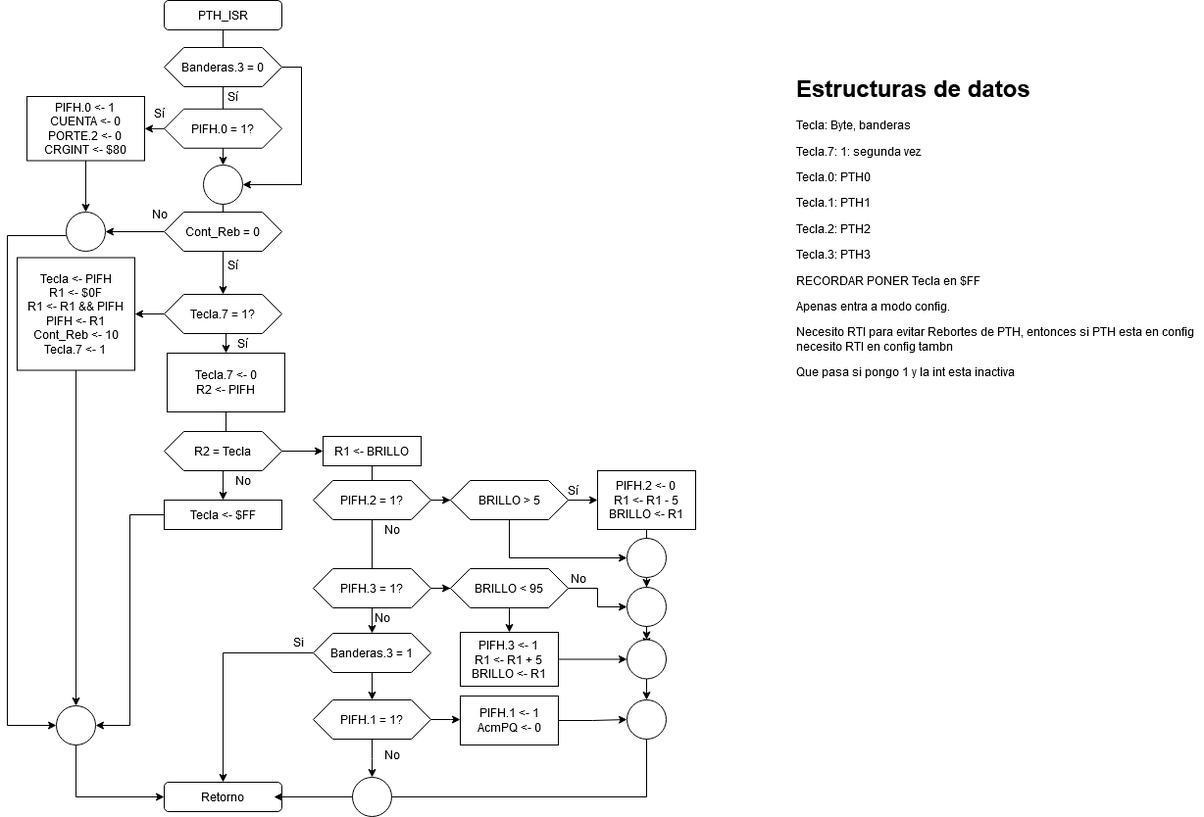
Above: Tarea 5/PTH_ISR.png in robz25/Microprocesadores (draw.io), before the change. Source tidied: cells renumbered, new cells last; positions are measured from the earlier drawing's top-left corner, leaving out a move shared by most shapes.
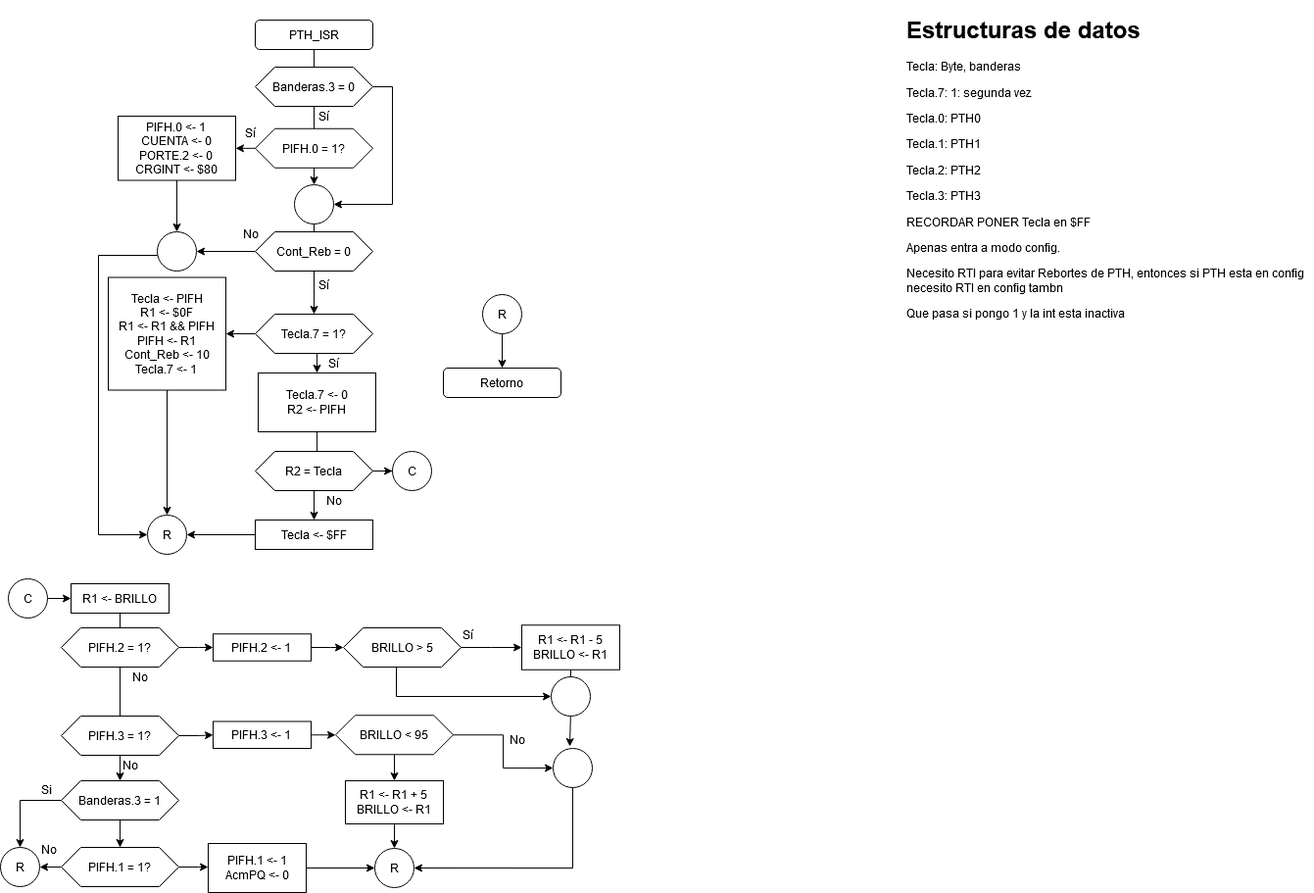
Above is the later version.

What changed in the source:
```diff
@@ -10,23 +10,23 @@
     </mxCell>
     <mxCell id="4" style="edgeStyle=orthogonalEdgeStyle;rounded=0;jettySize=auto;html=1;" parent="1" edge="1" source="6">
       <mxGeometry relative="1" as="geometry">
-        <mxPoint x="462" y="734.1" as="targetPoint" />
+        <mxPoint x="112" y="864.1" as="targetPoint" />
       </mxGeometry>
     </mxCell>
-    <mxCell id="5" style="edgeStyle=orthogonalEdgeStyle;rounded=0;jettySize=auto;html=1;" parent="1" edge="1" source="6" target="69">
-      <mxGeometry relative="1" as="geometry" />
-    </mxCell>
+    <mxCell id="78" style="edgeStyle=orthogonalEdgeStyle;rounded=0;jettySize=auto;html=1;" parent="1" edge="1" source="6" target="87">
+      <mxGeometry relative="1" as="geometry" />
+    </mxCell>
     <mxCell id="6" value="PIFH.1 = 1?" style="shape=hexagon;perimeter=hexagonPerimeter2;whiteSpace=wrap;html=1;fixedSize=1;" parent="1" vertex="1">
-      <mxGeometry x="312" y="714" width="120" height="40" as="geometry" />
+      <mxGeometry x="-38" y="844" width="120" height="40" as="geometry" />
     </mxCell>
     <mxCell id="7" style="edgeStyle=orthogonalEdgeStyle;rounded=0;jettySize=auto;html=1;" parent="1" edge="1" source="48" target="36">
       <mxGeometry relative="1" as="geometry" />
     </mxCell>
-    <mxCell id="8" style="edgeStyle=orthogonalEdgeStyle;rounded=0;jettySize=auto;html=1;" parent="1" edge="1" source="9" target="57">
+    <mxCell id="8" style="edgeStyle=orthogonalEdgeStyle;rounded=0;jettySize=auto;html=1;" parent="1" edge="1" source="83" target="57">
       <mxGeometry relative="1" as="geometry" />
     </mxCell>
     <mxCell id="9" value="PIFH.3 = 1?" style="shape=hexagon;perimeter=hexagonPerimeter2;whiteSpace=wrap;html=1;fixedSize=1;" parent="1" vertex="1">
-      <mxGeometry x="312" y="580" width="120" height="40" as="geometry" />
+      <mxGeometry x="-38" y="710" width="120" height="40" as="geometry" />
     </mxCell>
     <mxCell id="10" style="edgeStyle=orthogonalEdgeStyle;rounded=0;jettySize=auto;html=1;" parent="1" edge="1" source="11" target="71">
       <mxGeometry relative="1" as="geometry" />
@@ -35,7 +35,7 @@
       <mxGeometry x="160" y="216" width="120" height="40" as="geometry" />
     </mxCell>
     <mxCell id="12" value="Retorno" style="rounded=1;whiteSpace=wrap;html=1;" parent="1" vertex="1">
-      <mxGeometry x="160" y="798" width="120" height="30" as="geometry" />
+      <mxGeometry x="352" y="355" width="120" height="30" as="geometry" />
     </mxCell>
     <mxCell id="13" value="No" style="text;html=1;align=center;verticalAlign=middle;" parent="1" vertex="1">
       <mxGeometry x="140" y="208" width="30" height="20" as="geometry" />
@@ -43,11 +43,8 @@
     <mxCell id="14" value="Sí" style="text;html=1;align=center;verticalAlign=middle;" parent="1" vertex="1">
       <mxGeometry x="215" y="260" width="30" height="20" as="geometry" />
     </mxCell>
-    <mxCell id="15" style="edgeStyle=orthogonalEdgeStyle;rounded=0;jettySize=auto;html=1;" parent="1" edge="1" source="33" target="43">
-      <mxGeometry relative="1" as="geometry" />
-    </mxCell>
     <mxCell id="16" value="&lt;h1&gt;Estructuras de datos&lt;br&gt;&lt;/h1&gt;&lt;p&gt;Tecla: Byte, banderas&lt;/p&gt;&lt;p&gt;Tecla.7: 1: segunda vez&lt;/p&gt;&lt;p&gt;Tecla.0: PTH0&lt;/p&gt;&lt;p&gt;Tecla.1: PTH1&lt;/p&gt;&lt;p&gt;Tecla.2: PTH2&lt;/p&gt;&lt;p&gt;Tecla.3: PTH3&lt;/p&gt;&lt;p&gt;RECORDAR PONER Tecla en $FF&lt;/p&gt;&lt;p&gt;Apenas entra a modo config.&lt;/p&gt;&lt;p&gt;Necesito RTI para evitar Rebortes de PTH, entonces si PTH esta en config necesito RTI en config tambn&lt;br&gt;&lt;/p&gt;&lt;p&gt;Que pasa si pongo 1 y la int esta inactiva&lt;br&gt;&lt;/p&gt;" style="text;html=1;strokeColor=none;fillColor=none;spacing=5;spacingTop=-20;whiteSpace=wrap;overflow=hidden;rounded=0;" parent="1" vertex="1">
-      <mxGeometry x="800" y="70" width="420" height="325" as="geometry" />
+      <mxGeometry x="820" y="-10" width="420" height="325" as="geometry" />
     </mxCell>
     <mxCell id="17" style="edgeStyle=orthogonalEdgeStyle;rounded=0;jettySize=auto;html=1;" parent="1" edge="1" source="19" target="22">
       <mxGeometry relative="1" as="geometry" />
@@ -67,21 +64,14 @@
     <mxCell id="22" value="&lt;div&gt;Tecla &amp;lt;- PIFH&lt;/div&gt;&lt;div&gt;R1 &amp;lt;- $0F&lt;/div&gt;&lt;div&gt;R1 &amp;lt;- R1 &amp;amp;&amp;amp; PIFH&lt;/div&gt;&lt;div&gt;PIFH &amp;lt;- R1&lt;br&gt;&lt;/div&gt;&lt;div&gt;Cont_Reb &amp;lt;- 10&lt;/div&gt;&lt;div&gt;Tecla.7 &amp;lt;- 1&lt;br&gt;&lt;/div&gt;" style="rounded=0;whiteSpace=wrap;html=1;" parent="1" vertex="1">
       <mxGeometry x="10" y="262.5" width="120" height="115" as="geometry" />
     </mxCell>
-    <mxCell id="23" style="edgeStyle=orthogonalEdgeStyle;rounded=0;jettySize=auto;html=1;entryX=0;entryY=0.5;entryDx=0;entryDy=0;" parent="1" edge="1" source="24" target="12">
-      <mxGeometry relative="1" as="geometry">
-        <Array as="points">
-          <mxPoint x="70" y="813" />
-        </Array>
-      </mxGeometry>
-    </mxCell>
-    <mxCell id="24" style="ellipse;whiteSpace=wrap;html=1;" parent="1" vertex="1">
-      <mxGeometry x="50" y="720" width="40" height="40" as="geometry" />
+    <mxCell id="24" value="R" style="ellipse;whiteSpace=wrap;html=1;" parent="1" vertex="1">
+      <mxGeometry x="50" y="505" width="40" height="40" as="geometry" />
     </mxCell>
     <mxCell id="25" style="edgeStyle=orthogonalEdgeStyle;rounded=0;jettySize=auto;html=1;entryX=0;entryY=0.5;entryDx=0;entryDy=0;" parent="1" edge="1" source="71" target="24">
       <mxGeometry relative="1" as="geometry">
         <Array as="points">
           <mxPoint y="240" />
-          <mxPoint y="740" />
+          <mxPoint y="525" />
         </Array>
       </mxGeometry>
     </mxCell>
@@ -106,60 +96,38 @@
     <mxCell id="32" value="No" style="text;html=1;align=center;verticalAlign=middle;points=[];" parent="1" vertex="1">
       <mxGeometry x="225" y="480" width="30" height="20" as="geometry" />
     </mxCell>
+    <mxCell id="79" style="edgeStyle=orthogonalEdgeStyle;rounded=0;jettySize=auto;html=1;" parent="1" edge="1" source="33" target="61">
+      <mxGeometry relative="1" as="geometry" />
+    </mxCell>
     <mxCell id="33" value="&lt;div&gt;PIFH.1 &amp;lt;- 1&lt;/div&gt;&lt;div&gt;AcmPQ &amp;lt;- 0&lt;/div&gt;" style="rounded=0;whiteSpace=wrap;html=1;gradientColor=#ffffff;" parent="1" vertex="1">
-      <mxGeometry x="462" y="710" width="100" height="50" as="geometry" />
+      <mxGeometry x="112" y="840" width="100" height="50" as="geometry" />
     </mxCell>
-    <mxCell id="34" style="edgeStyle=orthogonalEdgeStyle;rounded=0;jettySize=auto;html=1;" parent="1" edge="1" source="36" target="12">
-      <mxGeometry relative="1" as="geometry" />
-    </mxCell>
     <mxCell id="35" style="edgeStyle=orthogonalEdgeStyle;rounded=0;jettySize=auto;html=1;" parent="1" edge="1" source="36" target="6">
       <mxGeometry relative="1" as="geometry" />
     </mxCell>
     <mxCell id="36" value="Banderas.3 = 1" style="shape=hexagon;perimeter=hexagonPerimeter2;whiteSpace=wrap;html=1;fixedSize=1;" parent="1" vertex="1">
-      <mxGeometry x="312" y="646" width="120" height="40" as="geometry" />
+      <mxGeometry x="-38" y="776" width="120" height="40" as="geometry" />
     </mxCell>
-    <mxCell id="37" style="edgeStyle=orthogonalEdgeStyle;rounded=0;jettySize=auto;html=1;" parent="1" edge="1" source="62" target="61">
-      <mxGeometry relative="1" as="geometry" />
-    </mxCell>
     <mxCell id="38" value="No" style="text;html=1;align=center;verticalAlign=middle;points=[];" parent="1" vertex="1">
-      <mxGeometry x="377" y="530" width="30" height="20" as="geometry" />
+      <mxGeometry x="27" y="660" width="30" height="20" as="geometry" />
     </mxCell>
     <mxCell id="39" value="No" style="text;html=1;align=center;verticalAlign=middle;" parent="1" vertex="1">
-      <mxGeometry x="367" y="620" width="30" height="20" as="geometry" />
+      <mxGeometry x="17" y="750" width="30" height="20" as="geometry" />
     </mxCell>
     <mxCell id="40" value="Si" style="text;html=1;align=center;verticalAlign=middle;" parent="1" vertex="1">
-      <mxGeometry x="282" y="645" width="30" height="20" as="geometry" />
+      <mxGeometry x="-68" y="775" width="30" height="20" as="geometry" />
     </mxCell>
     <mxCell id="41" value="No" style="text;html=1;align=center;verticalAlign=middle;" parent="1" vertex="1">
-      <mxGeometry x="377" y="760" width="30" height="20" as="geometry" />
+      <mxGeometry x="-66" y="836.5" width="30" height="20" as="geometry" />
     </mxCell>
-    <mxCell id="42" style="edgeStyle=orthogonalEdgeStyle;rounded=0;jettySize=auto;html=1;entryX=1;entryY=0.5;entryDx=0;entryDy=0;" parent="1" edge="1" source="43">
-      <mxGeometry relative="1" as="geometry">
-        <mxPoint x="272" y="813" as="targetPoint" />
-        <Array as="points">
-          <mxPoint x="652" y="813" />
-        </Array>
-      </mxGeometry>
-    </mxCell>
-    <mxCell id="43" style="ellipse;whiteSpace=wrap;html=1;" parent="1" vertex="1">
-      <mxGeometry x="632" y="714" width="40" height="40" as="geometry" />
-    </mxCell>
     <mxCell id="44" style="edgeStyle=orthogonalEdgeStyle;rounded=0;jettySize=auto;html=1;" parent="1" edge="1" source="45" target="38">
       <mxGeometry relative="1" as="geometry" />
     </mxCell>
-    <mxCell id="45" value="R1 &amp;lt;- BRILLO" style="rounded=0;whiteSpace=wrap;html=1;gradientColor=#ffffff;" parent="1" vertex="1">
-      <mxGeometry x="322" y="445" width="100" height="30" as="geometry" />
-    </mxCell>
-    <mxCell id="46" style="edgeStyle=orthogonalEdgeStyle;rounded=0;jettySize=auto;html=1;" parent="1" edge="1" target="45">
-      <mxGeometry relative="1" as="geometry">
-        <mxPoint x="280" y="460" as="sourcePoint" />
-      </mxGeometry>
-    </mxCell>
-    <mxCell id="47" style="edgeStyle=orthogonalEdgeStyle;rounded=0;jettySize=auto;html=1;" parent="1" edge="1" source="48" target="51">
+    <mxCell id="47" style="edgeStyle=orthogonalEdgeStyle;rounded=0;jettySize=auto;html=1;" parent="1" edge="1" source="81" target="51">
       <mxGeometry relative="1" as="geometry" />
     </mxCell>
     <mxCell id="48" value="PIFH.2 = 1?" style="shape=hexagon;perimeter=hexagonPerimeter2;whiteSpace=wrap;html=1;fixedSize=1;" parent="1" vertex="1">
-      <mxGeometry x="312" y="490" width="120" height="40" as="geometry" />
+      <mxGeometry x="-38" y="620" width="120" height="40" as="geometry" />
     </mxCell>
     <mxCell id="49" style="edgeStyle=orthogonalEdgeStyle;rounded=0;jettySize=auto;html=1;" parent="1" edge="1" source="51" target="54">
       <mxGeometry relative="1" as="geometry" />
@@ -167,24 +135,18 @@
     <mxCell id="50" style="edgeStyle=orthogonalEdgeStyle;rounded=0;jettySize=auto;html=1;entryX=0;entryY=0.5;entryDx=0;entryDy=0;" parent="1" edge="1" source="51" target="62">
       <mxGeometry relative="1" as="geometry">
         <Array as="points">
-          <mxPoint x="512" y="569" />
+          <mxPoint x="304" y="690" />
         </Array>
       </mxGeometry>
     </mxCell>
     <mxCell id="51" value="BRILLO &amp;gt; 5" style="shape=hexagon;perimeter=hexagonPerimeter2;whiteSpace=wrap;html=1;fixedSize=1;" parent="1" vertex="1">
-      <mxGeometry x="452" y="490" width="120" height="40" as="geometry" />
+      <mxGeometry x="250" y="620" width="120" height="40" as="geometry" />
     </mxCell>
-    <mxCell id="52" style="edgeStyle=orthogonalEdgeStyle;rounded=0;orthogonalLoop=1;jettySize=auto;html=1;" parent="1" edge="1">
-      <mxGeometry relative="1" as="geometry">
-        <mxPoint x="652" y="544" as="sourcePoint" />
-        <mxPoint x="652" y="659" as="targetPoint" />
-      </mxGeometry>
-    </mxCell>
-    <mxCell id="53" style="edgeStyle=orthogonalEdgeStyle;rounded=0;jettySize=auto;html=1;" parent="1" edge="1" source="54" target="63">
+    <mxCell id="53" style="edgeStyle=orthogonalEdgeStyle;rounded=0;jettySize=auto;html=1;entryX=0.425;entryY=-0.05;entryDx=0;entryDy=0;entryPerimeter=0;" parent="1" edge="1" source="54" target="63">
       <mxGeometry relative="1" as="geometry" />
     </mxCell>
-    <mxCell id="54" value="&lt;div&gt;PIFH.2 &amp;lt;- 0&lt;br&gt;&lt;/div&gt;&lt;div&gt;R1 &amp;lt;- R1 - 5&lt;/div&gt;&lt;div&gt;BRILLO &amp;lt;- R1&lt;br&gt;&lt;/div&gt;" style="rounded=0;whiteSpace=wrap;html=1;gradientColor=#ffffff;" parent="1" vertex="1">
-      <mxGeometry x="602" y="480" width="100" height="60" as="geometry" />
+    <mxCell id="54" value="&lt;div&gt;R1 &amp;lt;- R1 - 5&lt;/div&gt;&lt;div&gt;BRILLO &amp;lt;- R1&lt;br&gt;&lt;/div&gt;" style="rounded=0;whiteSpace=wrap;html=1;gradientColor=#ffffff;" parent="1" vertex="1">
+      <mxGeometry x="432" y="617.2" width="100" height="45.5" as="geometry" />
     </mxCell>
     <mxCell id="55" style="edgeStyle=orthogonalEdgeStyle;rounded=0;jettySize=auto;html=1;" parent="1" edge="1" source="57" target="59">
       <mxGeometry relative="1" as="geometry" />
@@ -193,31 +155,32 @@
       <mxGeometry relative="1" as="geometry" />
     </mxCell>
     <mxCell id="57" value="BRILLO &amp;lt; 95" style="shape=hexagon;perimeter=hexagonPerimeter2;whiteSpace=wrap;html=1;fixedSize=1;" parent="1" vertex="1">
-      <mxGeometry x="452" y="580" width="120" height="40" as="geometry" />
+      <mxGeometry x="242" y="709.2" width="120" height="40" as="geometry" />
     </mxCell>
     <mxCell id="58" style="edgeStyle=orthogonalEdgeStyle;rounded=0;jettySize=auto;html=1;" parent="1" edge="1" source="59" target="61">
       <mxGeometry relative="1" as="geometry" />
     </mxCell>
-    <mxCell id="59" value="&lt;div&gt;PIFH.3 &amp;lt;- 1&lt;br&gt;&lt;/div&gt;&lt;div&gt;R1 &amp;lt;- R1 + 5&lt;/div&gt;&lt;div&gt;BRILLO &amp;lt;- R1&lt;br&gt;&lt;/div&gt;" style="rounded=0;whiteSpace=wrap;html=1;gradientColor=#ffffff;" parent="1" vertex="1">
-      <mxGeometry x="462" y="645" width="100" height="55" as="geometry" />
+    <mxCell id="59" value="&lt;div&gt;R1 &amp;lt;- R1 + 5&lt;/div&gt;&lt;div&gt;BRILLO &amp;lt;- R1&lt;br&gt;&lt;/div&gt;" style="rounded=0;whiteSpace=wrap;html=1;gradientColor=#ffffff;" parent="1" vertex="1">
+      <mxGeometry x="252" y="776" width="100" height="44" as="geometry" />
     </mxCell>
-    <mxCell id="60" style="edgeStyle=orthogonalEdgeStyle;rounded=0;jettySize=auto;html=1;" parent="1" edge="1" source="61" target="43">
-      <mxGeometry relative="1" as="geometry" />
-    </mxCell>
-    <mxCell id="61" style="ellipse;whiteSpace=wrap;html=1;" parent="1" vertex="1">
-      <mxGeometry x="632" y="652.5" width="40" height="40" as="geometry" />
+    <mxCell id="61" value="R" style="ellipse;whiteSpace=wrap;html=1;" parent="1" vertex="1">
+      <mxGeometry x="282" y="845" width="40" height="40" as="geometry" />
     </mxCell>
-    <mxCell id="62" style="ellipse;whiteSpace=wrap;html=1;" parent="1" vertex="1">
-      <mxGeometry x="632" y="549" width="40" height="40" as="geometry" />
-    </mxCell>
+    <mxCell id="80" style="edgeStyle=orthogonalEdgeStyle;rounded=0;jettySize=auto;html=1;entryX=1;entryY=0.5;entryDx=0;entryDy=0;" parent="1" edge="1" source="63" target="61">
+      <mxGeometry relative="1" as="geometry">
+        <Array as="points">
+          <mxPoint x="484" y="865" />
+        </Array>
+      </mxGeometry>
+    </mxCell>
     <mxCell id="63" style="ellipse;whiteSpace=wrap;html=1;" parent="1" vertex="1">
-      <mxGeometry x="632" y="599" width="40" height="40" as="geometry" />
+      <mxGeometry x="464" y="743" width="40" height="40" as="geometry" />
     </mxCell>
     <mxCell id="64" value="No" style="text;html=1;align=center;verticalAlign=middle;" parent="1" vertex="1">
-      <mxGeometry x="567" y="580" width="30" height="20" as="geometry" />
+      <mxGeometry x="412" y="724" width="30" height="20" as="geometry" />
     </mxCell>
     <mxCell id="65" value="Sí" style="text;html=1;align=center;verticalAlign=middle;" parent="1" vertex="1">
-      <mxGeometry x="562" y="490" width="30" height="20" as="geometry" />
+      <mxGeometry x="362" y="617.2" width="30" height="20" as="geometry" />
     </mxCell>
     <mxCell id="66" style="edgeStyle=orthogonalEdgeStyle;rounded=0;jettySize=auto;html=1;" parent="1" edge="1" source="77" target="68">
       <mxGeometry relative="1" as="geometry" />
@@ -228,9 +191,6 @@
     <mxCell id="68" value="&lt;div&gt;PIFH.0 &amp;lt;- 1&lt;/div&gt;&lt;div&gt;CUENTA &amp;lt;- 0&lt;/div&gt;&lt;div&gt;PORTE.2 &amp;lt;- 0&lt;br&gt;&lt;/div&gt;&lt;div&gt;CRGINT &amp;lt;- $80&lt;br&gt;&lt;/div&gt;" style="rounded=0;whiteSpace=wrap;html=1;" parent="1" vertex="1">
       <mxGeometry x="20" y="98" width="120" height="65.5" as="geometry" />
     </mxCell>
-    <mxCell id="69" style="ellipse;whiteSpace=wrap;html=1;" parent="1" vertex="1">
-      <mxGeometry x="352" y="793" width="40" height="40" as="geometry" />
-    </mxCell>
     <mxCell id="70" value="&lt;div&gt;Sí&lt;/div&gt;&lt;div&gt;&lt;br&gt;&lt;/div&gt;" style="text;html=1;align=center;verticalAlign=middle;" parent="1" vertex="1">
       <mxGeometry x="140" y="108" width="30" height="30" as="geometry" />
     </mxCell>
@@ -260,5 +220,49 @@
     <mxCell id="77" value="PIFH.0 = 1?" style="shape=hexagon;perimeter=hexagonPerimeter2;whiteSpace=wrap;html=1;fixedSize=1;" parent="1" vertex="1">
       <mxGeometry x="160" y="110.8" width="120" height="40" as="geometry" />
     </mxCell>
+    <mxCell id="81" value="&lt;div&gt;PIFH.2 &amp;lt;- 1&lt;br&gt;&lt;/div&gt;" style="rounded=0;whiteSpace=wrap;html=1;gradientColor=#ffffff;" parent="1" vertex="1">
+      <mxGeometry x="117" y="626.2" width="100" height="27.5" as="geometry" />
+    </mxCell>
+    <mxCell id="82" style="edgeStyle=orthogonalEdgeStyle;rounded=0;jettySize=auto;html=1;" parent="1" edge="1" source="48" target="81">
+      <mxGeometry relative="1" as="geometry" />
+    </mxCell>
+    <mxCell id="83" value="&lt;div&gt;PIFH.3 &amp;lt;- 1&lt;br&gt;&lt;/div&gt;" style="rounded=0;whiteSpace=wrap;html=1;gradientColor=#ffffff;" parent="1" vertex="1">
+      <mxGeometry x="117" y="715.5" width="100" height="27.5" as="geometry" />
+    </mxCell>
+    <mxCell id="84" style="edgeStyle=orthogonalEdgeStyle;rounded=0;jettySize=auto;html=1;" parent="1" edge="1" source="9" target="83">
+      <mxGeometry relative="1" as="geometry" />
+    </mxCell>
+    <mxCell id="85" style="edgeStyle=orthogonalEdgeStyle;rounded=0;jettySize=auto;html=1;" parent="1" edge="1" source="86" target="12">
+      <mxGeometry relative="1" as="geometry" />
+    </mxCell>
+    <mxCell id="86" value="R" style="ellipse;whiteSpace=wrap;html=1;" parent="1" vertex="1">
+      <mxGeometry x="392" y="280" width="40" height="40" as="geometry" />
+    </mxCell>
+    <mxCell id="87" value="R" style="ellipse;whiteSpace=wrap;html=1;" parent="1" vertex="1">
+      <mxGeometry x="-100" y="844" width="40" height="40" as="geometry" />
+    </mxCell>
+    <mxCell id="88" style="edgeStyle=orthogonalEdgeStyle;rounded=0;jettySize=auto;html=1;" parent="1" edge="1" source="36" target="87">
+      <mxGeometry relative="1" as="geometry" />
+    </mxCell>
+    <mxCell id="89" value="C" style="ellipse;whiteSpace=wrap;html=1;" parent="1" vertex="1">
+      <mxGeometry x="300" y="440" width="40" height="40" as="geometry" />
+    </mxCell>
+    <mxCell id="90" style="edgeStyle=orthogonalEdgeStyle;rounded=0;jettySize=auto;html=1;" parent="1" edge="1" target="89">
+      <mxGeometry relative="1" as="geometry">
+        <mxPoint x="280" y="460" as="sourcePoint" />
+      </mxGeometry>
+    </mxCell>
+    <mxCell id="91" style="edgeStyle=orthogonalEdgeStyle;rounded=0;jettySize=auto;html=1;" parent="1" edge="1" source="92" target="45">
+      <mxGeometry relative="1" as="geometry" />
+    </mxCell>
+    <mxCell id="92" value="C" style="ellipse;whiteSpace=wrap;html=1;" parent="1" vertex="1">
+      <mxGeometry x="-92" y="570" width="40" height="40" as="geometry" />
+    </mxCell>
+    <mxCell id="45" value="R1 &amp;lt;- BRILLO" style="rounded=0;whiteSpace=wrap;html=1;gradientColor=#ffffff;" parent="1" vertex="1">
+      <mxGeometry x="-28" y="575" width="100" height="30" as="geometry" />
+    </mxCell>
+    <mxCell id="62" style="ellipse;whiteSpace=wrap;html=1;" parent="1" vertex="1">
+      <mxGeometry x="462" y="670" width="40" height="40" as="geometry" />
+    </mxCell>
   </root>
 </mxGraphModel>
```
